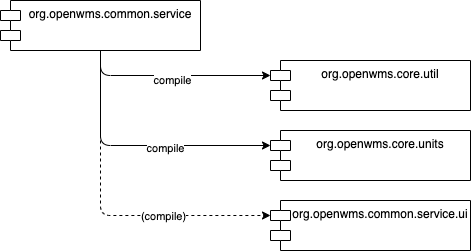
Earlier version of the draw.io export src/site/resources/images/maven-deps.drawio.png (openwms/org.openwms.common.service.lib). Source tidied: cells renumbered, new cells last; positions are measured from the earlier drawing's top-left corner, leaving out a move shared by most shapes.
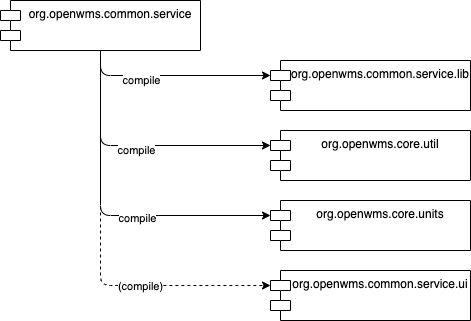
Later version of the same file.

What changed in the source:
```diff
@@ -36,7 +36,7 @@
       <mxGeometry x="0.36" relative="1" as="geometry" />
     </mxCell>
     <mxCell id="9" value="org.openwms.common.service" style="shape=module;align=left;spacingLeft=20;align=center;verticalAlign=top;" parent="1" vertex="1">
-      <mxGeometry width="200" height="50" as="geometry" />
+      <mxGeometry y="-70" width="200" height="50" as="geometry" />
     </mxCell>
     <mxCell id="10" value="org.openwms.core.units" style="shape=module;align=left;spacingLeft=20;align=center;verticalAlign=top;" parent="1" vertex="1">
       <mxGeometry x="270" y="130" width="200" height="50" as="geometry" />
@@ -44,5 +44,20 @@
     <mxCell id="11" value="org.openwms.core.util" style="shape=module;align=left;spacingLeft=20;align=center;verticalAlign=top;" parent="1" vertex="1">
       <mxGeometry x="270" y="60" width="200" height="50" as="geometry" />
     </mxCell>
+    <mxCell id="12" value="org.openwms.common.service.lib" style="shape=module;align=left;spacingLeft=20;align=center;verticalAlign=top;" parent="1" vertex="1">
+      <mxGeometry x="270" y="-10" width="200" height="50" as="geometry" />
+    </mxCell>
+    <mxCell id="13" style="edgeStyle=none;html=1;entryX=0;entryY=0;entryDx=0;entryDy=15;entryPerimeter=0;exitX=0.5;exitY=1;exitDx=0;exitDy=0;" parent="1" edge="1" source="9" target="12">
+      <mxGeometry relative="1" as="geometry">
+        <Array as="points">
+          <mxPoint x="100" y="5" />
+        </Array>
+      </mxGeometry>
+    </mxCell>
+    <mxCell id="14" value="compile" style="edgeLabel;html=1;align=center;verticalAlign=middle;" parent="13" vertex="1">
+      <mxGeometry x="-0.02" y="-4" relative="1" as="geometry">
+        <mxPoint x="-31" as="offset" />
+      </mxGeometry>
+    </mxCell>
   </root>
 </mxGraphModel>
```
